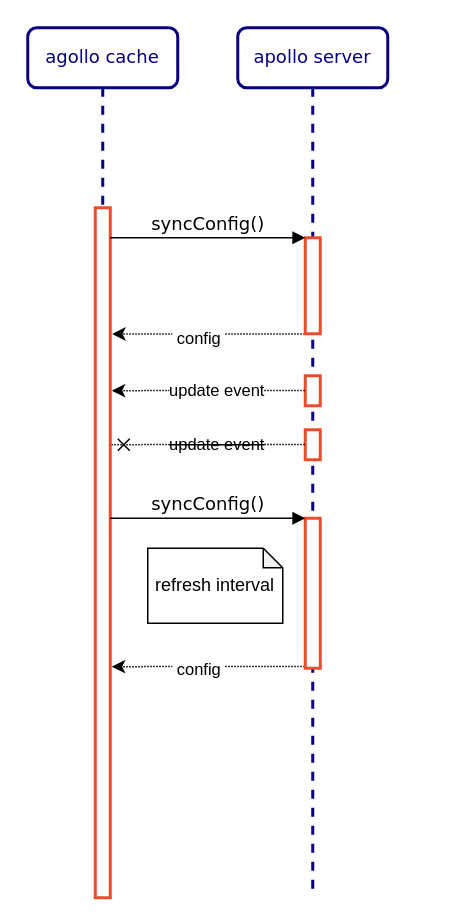
yindongjun/drawio-2 keeps this draw.io diagram as Copy of jwt-apollo-sequence.drawio. Above is the earlier version. Source tidied: cells renumbered, new cells numbered last; positions are measured from the earlier drawing's top-left corner, leaving out a move shared by most shapes. Both pictures are drawn from the tidied source at 150%, with x=0, y=0 at pixel (27, 27).
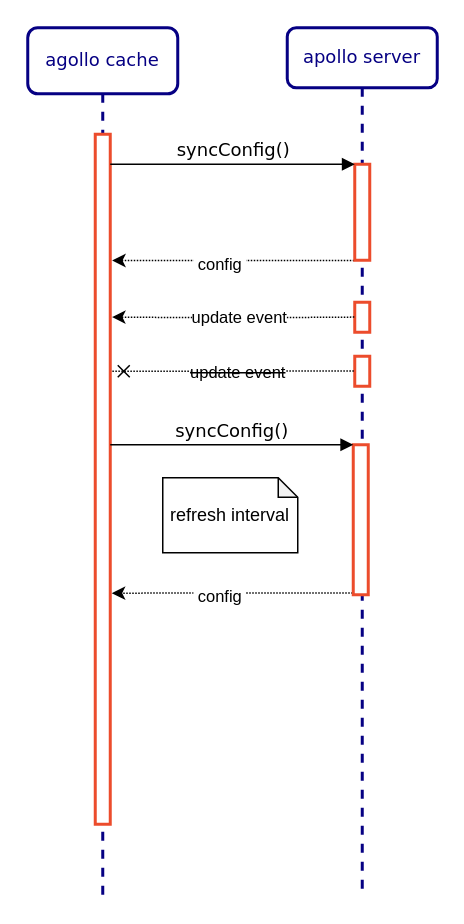
After the change.

The edit, as a diff of the source:
```diff
@@
-    <mxCell id="2" value="agollo cache" style="shape=umlLifeline;perimeter=lifelinePerimeter;whiteSpace=wrap;html=1;rounded=1;shadow=0;comic=0;labelBackgroundColor=none;strokeWidth=2;fontFamily=Verdana;fontSize=12;align=center;strokeColor=#060083;fontColor=#060083;" parent="1" vertex="1">
+    <mxCell id="2" value="agollo cache" style="shape=umlLifeline;perimeter=lifelinePerimeter;whiteSpace=wrap;html=1;rounded=1;shadow=0;comic=0;labelBackgroundColor=none;strokeWidth=2;fontFamily=Verdana;fontSize=12;align=center;strokeColor=#060083;fontColor=#060083;size=44;" parent="1" vertex="1">
       <mxGeometry width="100" height="580" as="geometry" />
     </mxCell>
     <mxCell id="3" style="html=1;points=[];perimeter=orthogonalPerimeter;rounded=0;shadow=0;comic=0;labelBackgroundColor=none;strokeWidth=2;fontFamily=Verdana;fontSize=12;align=center;strokeColor=#EC4C2C;" parent="2" vertex="1">
-      <mxGeometry x="45" y="120" width="10" height="460" as="geometry" />
+      <mxGeometry x="45" y="71" width="10" height="460" as="geometry" />
     </mxCell>
     <mxCell id="4" value="apollo server" style="shape=umlLifeline;perimeter=lifelinePerimeter;whiteSpace=wrap;html=1;rounded=1;shadow=0;comic=0;labelBackgroundColor=none;strokeWidth=2;fontFamily=Verdana;fontSize=12;align=center;strokeColor=#060083;fontColor=#060083;" parent="1" vertex="1">
-      <mxGeometry x="140" width="100" height="580" as="geometry" />
+      <mxGeometry x="173" width="100" height="580" as="geometry" />
     </mxCell>
     <mxCell id="5" style="html=1;perimeter=orthogonalPerimeter;rounded=0;shadow=0;comic=0;labelBackgroundColor=none;strokeWidth=2;fontFamily=Verdana;fontSize=12;align=center;strokeColor=#EC4C2C;" parent="4" vertex="1">
-      <mxGeometry x="45" y="232" width="10" height="20" as="geometry" />
+      <mxGeometry x="45" y="183" width="10" height="20" as="geometry" />
     </mxCell>
-    <mxCell id="6" style="edgeStyle=orthogonalEdgeStyle;rounded=0;orthogonalLoop=1;jettySize=auto;html=1;exitX=-0.033;exitY=0.989;exitDx=0;exitDy=0;exitPerimeter=0;dashed=1;dashPattern=1 1;" parent="4" edge="1">
+    <mxCell id="6" style="edgeStyle=orthogonalEdgeStyle;rounded=0;jettySize=auto;html=1;exitX=-0.033;exitY=0.989;exitDx=0;exitDy=0;exitPerimeter=0;dashed=1;dashPattern=1 1;entryX=1.117;entryY=0.265;entryDx=0;entryDy=0;entryPerimeter=0;" parent="4" edge="1" target="3">
       <mxGeometry relative="1" as="geometry">
-        <mxPoint x="44.7" y="241.9" as="sourcePoint" />
-        <mxPoint x="-84" y="242" as="targetPoint" />
-        <Array as="points">
-          <mxPoint x="-60" y="242" />
-          <mxPoint x="-60" y="242" />
-        </Array>
+        <mxPoint x="44.7" y="192.9" as="sourcePoint" />
       </mxGeometry>
     </mxCell>
@@
     <mxCell id="8" style="edgeStyle=orthogonalEdgeStyle;rounded=0;jettySize=auto;html=1;exitX=-0.033;exitY=0.989;exitDx=0;exitDy=0;exitPerimeter=0;dashed=1;dashPattern=1 1;entryX=1.126;entryY=0.183;entryDx=0;entryDy=0;entryPerimeter=0;" parent="1" edge="1" source="10" target="3">
       <mxGeometry relative="1" as="geometry">
         <Array as="points">
-          <mxPoint x="56" y="203" />
+          <mxPoint x="56" y="154" />
         </Array>
       </mxGeometry>
     </mxCell>
@@
     <mxCell id="10" style="html=1;points=[];perimeter=orthogonalPerimeter;rounded=0;shadow=0;comic=0;labelBackgroundColor=none;strokeWidth=2;fontFamily=Verdana;fontSize=12;align=center;strokeColor=#EC4C2C;" parent="1" vertex="1">
-      <mxGeometry x="185" y="140" width="10" height="64" as="geometry" />
+      <mxGeometry x="218" y="91" width="10" height="64" as="geometry" />
     </mxCell>
     <mxCell id="11" value="syncConfig()" style="html=1;verticalAlign=bottom;endArrow=block;labelBackgroundColor=none;fontFamily=Verdana;fontSize=12;edgeStyle=elbowEdgeStyle;elbow=vertical;" parent="1" edge="1" source="3" target="10">
       <mxGeometry relative="1" as="geometry">
         <Array as="points">
-          <mxPoint x="60" y="140" />
+          <mxPoint x="60" y="91" />
         </Array>
       </mxGeometry>
     </mxCell>
     <mxCell id="12" style="edgeStyle=orthogonalEdgeStyle;rounded=0;jettySize=auto;html=1;exitX=-0.033;exitY=0.989;exitDx=0;exitDy=0;exitPerimeter=0;dashed=1;dashPattern=1 1;" parent="1" edge="1" source="14">
       <mxGeometry relative="1" as="geometry">
-        <mxPoint x="56" y="426" as="targetPoint" />
+        <mxPoint x="56" y="377" as="targetPoint" />
         <Array as="points">
-          <mxPoint x="80" y="426" />
-          <mxPoint x="80" y="426" />
+          <mxPoint x="80" y="377" />
+          <mxPoint x="80" y="377" />
         </Array>
       </mxGeometry>
     </mxCell>
@@
     <mxCell id="14" style="html=1;points=[];perimeter=orthogonalPerimeter;rounded=0;shadow=0;comic=0;labelBackgroundColor=none;strokeWidth=2;fontFamily=Verdana;fontSize=12;align=center;strokeColor=#EC4C2C;" parent="1" vertex="1">
-      <mxGeometry x="185" y="327" width="10" height="100" as="geometry" />
+      <mxGeometry x="217" y="278" width="10" height="100" as="geometry" />
     </mxCell>
     <mxCell id="15" value="syncConfig()" style="html=1;verticalAlign=bottom;endArrow=block;labelBackgroundColor=none;fontFamily=Verdana;fontSize=12;edgeStyle=elbowEdgeStyle;elbow=vertical;" parent="1" edge="1" target="14">
       <mxGeometry relative="1" as="geometry">
-        <mxPoint x="55" y="327" as="sourcePoint" />
+        <mxPoint x="55" y="278" as="sourcePoint" />
         <Array as="points">
-          <mxPoint x="60" y="327" />
+          <mxPoint x="60" y="278" />
         </Array>
       </mxGeometry>
     </mxCell>
     <mxCell id="16" value="refresh interval" style="shape=note;whiteSpace=wrap;html=1;backgroundOutline=1;darkOpacity=0.05;size=13;" parent="1" vertex="1">
-      <mxGeometry x="80" y="347" width="90" height="50" as="geometry" />
+      <mxGeometry x="90" y="300" width="90" height="50" as="geometry" />
     </mxCell>
     <mxCell id="17" style="html=1;points=[];perimeter=orthogonalPerimeter;rounded=0;shadow=0;comic=0;labelBackgroundColor=none;strokeWidth=2;fontFamily=Verdana;fontSize=12;align=center;strokeColor=#EC4C2C;" parent="1" vertex="1">
-      <mxGeometry x="185" y="268" width="10" height="20" as="geometry" />
+      <mxGeometry x="218" y="219" width="10" height="20" as="geometry" />
     </mxCell>
-    <mxCell id="18" style="edgeStyle=orthogonalEdgeStyle;rounded=0;orthogonalLoop=1;jettySize=auto;html=1;exitX=-0.033;exitY=0.989;exitDx=0;exitDy=0;exitPerimeter=0;dashed=1;dashPattern=1 1;endArrow=cross;endFill=0;" parent="1" edge="1">
+    <mxCell id="18" style="edgeStyle=orthogonalEdgeStyle;rounded=0;jettySize=auto;html=1;exitX=-0.059;exitY=0.493;exitDx=0;exitDy=0;exitPerimeter=0;dashed=1;dashPattern=1 1;endArrow=cross;endFill=0;" parent="1" edge="1" source="17">
       <mxGeometry relative="1" as="geometry">
-        <mxPoint x="184.7" y="277.9" as="sourcePoint" />
-        <mxPoint x="56" y="278" as="targetPoint" />
-        <Array as="points">
-          <mxPoint x="80" y="278" />
-          <mxPoint x="80" y="278" />
-        </Array>
+        <mxPoint x="56" y="229" as="targetPoint" />
       </mxGeometry>
     </mxCell>
```
